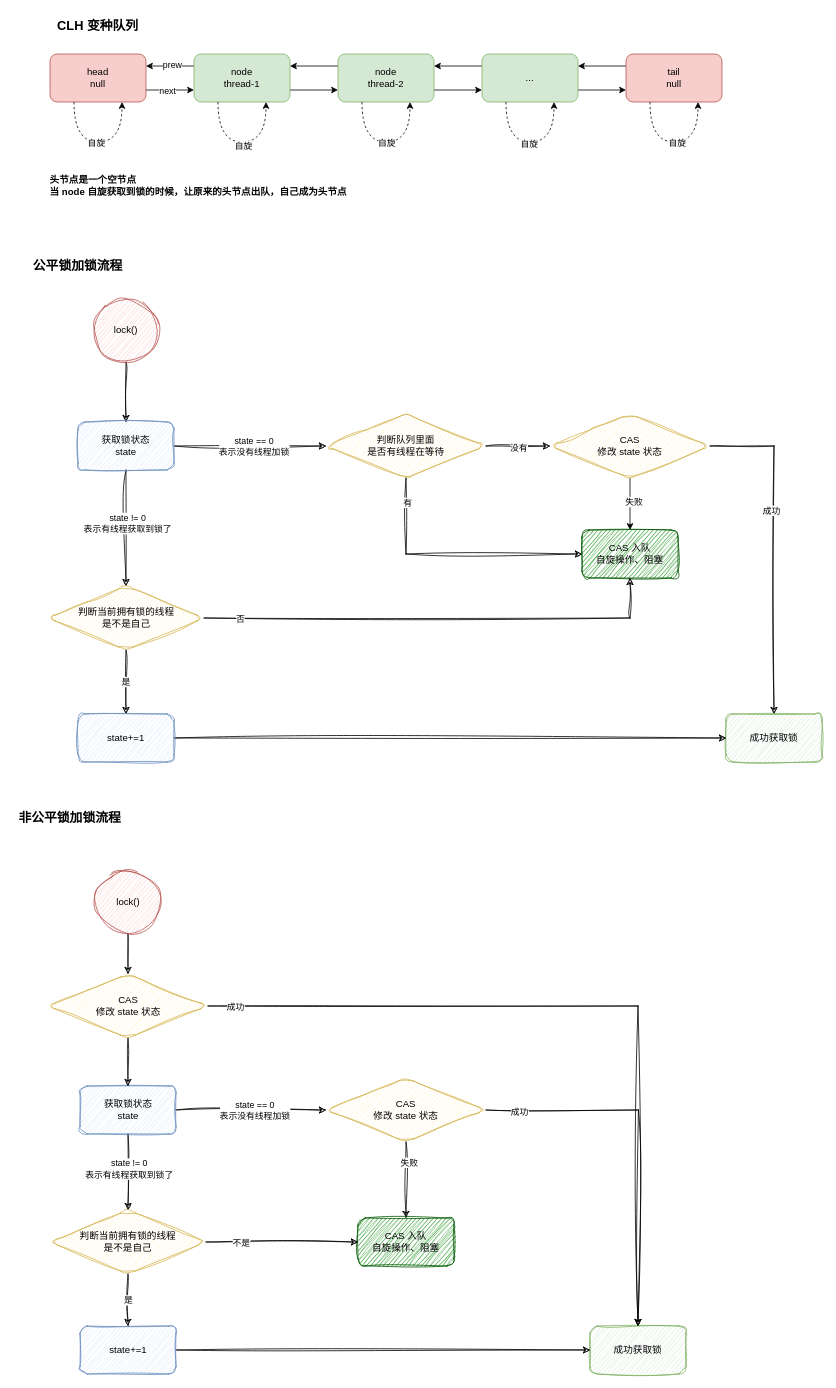
The draw.io diagram juc/公平/非公平锁.drawio in thebesteric/draw.io, before the edit. Source tidied: cells renumbered, new cells numbered last; positions are measured from the earlier drawing's top-left corner, leaving out a move shared by most shapes. Both pictures are drawn from the tidied source at 80%, with x=0, y=0 at pixel (14, 14).
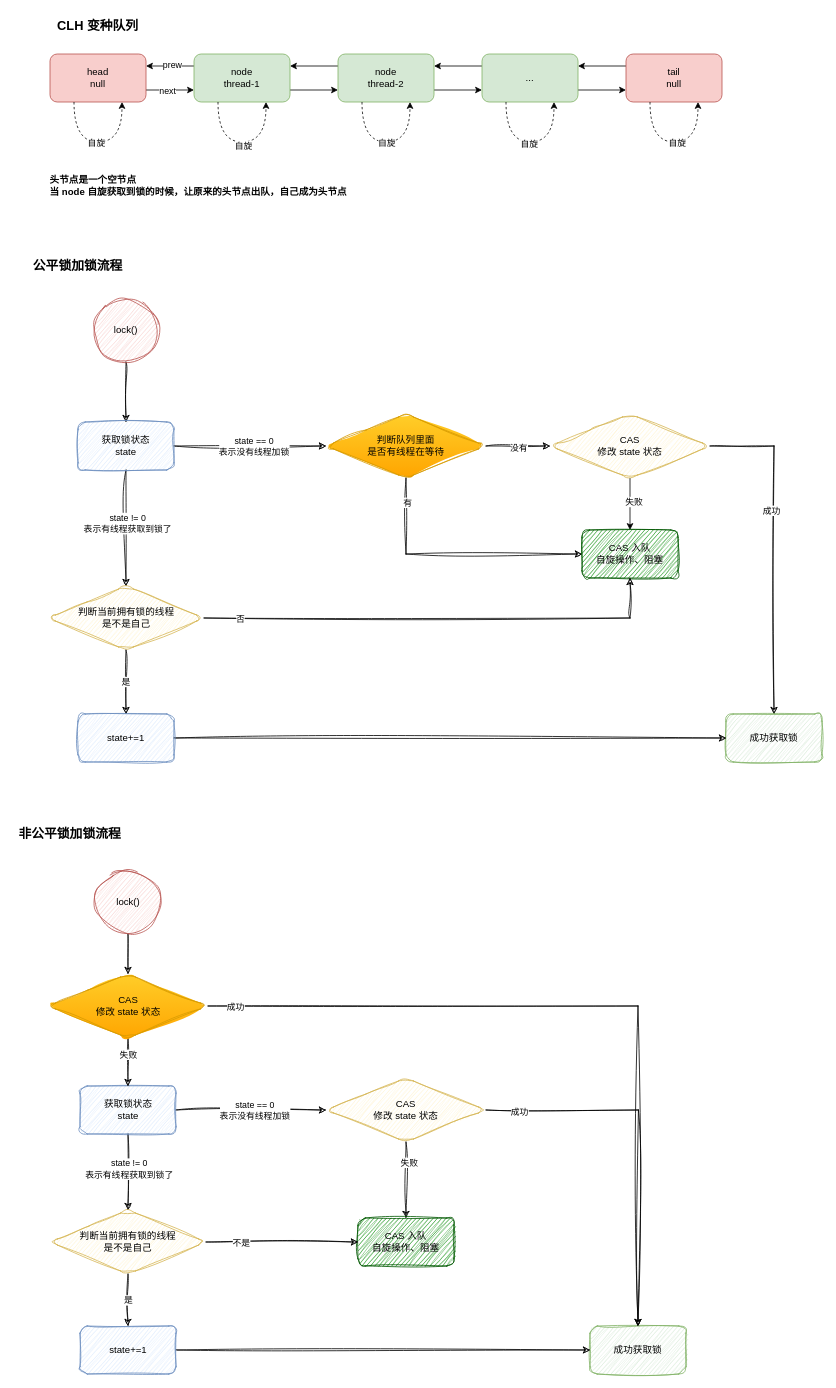
Above is the later version.

Commit message:
更新公平/非公平锁.drawio

The change refers to these unchanged cells:
```xml
<mxCell id="78" style="edgeStyle=orthogonalEdgeStyle;rounded=0;jettySize=auto;html=1;exitX=0.5;exitY=1;exitDx=0;exitDy=0;entryX=0.5;entryY=0;entryDx=0;entryDy=0;sketch=1;curveFitting=1;jiggle=2;" parent="1" edge="1" source="79" target="61">
  <mxGeometry relative="1" as="geometry" />
</mxCell>
```

What changed in the source:
```diff
@@
-    <mxCell id="13" value="判断队列里面&lt;br&gt;是否有线程在等待" style="rhombus;whiteSpace=wrap;html=1;rounded=1;sketch=1;curveFitting=1;jiggle=2;fillColor=#fff2cc;strokeColor=#d6b656;" parent="1" vertex="1">
+    <mxCell id="13" value="判断队列里面&lt;br&gt;是否有线程在等待" style="rhombus;whiteSpace=wrap;html=1;rounded=1;sketch=1;curveFitting=1;jiggle=2;fillColor=#ffcd28;strokeColor=#d79b00;gradientColor=#ffa500;" parent="1" vertex="1">
       <mxGeometry x="390" y="500" width="200" height="80" as="geometry" />
     </mxCell>
@@
     <mxCell id="55" value="非公平锁加锁流程" style="text;html=1;strokeColor=none;fillColor=none;align=center;verticalAlign=middle;whiteSpace=wrap;rounded=0;fontStyle=1;fontSize=16;" parent="1" vertex="1">
-      <mxGeometry y="990" width="140" height="30" as="geometry" />
+      <mxGeometry y="1010" width="140" height="30" as="geometry" />
     </mxCell>
@@
+    <mxCell id="80" value="失败" style="edgeLabel;html=1;align=center;verticalAlign=middle;" parent="78" vertex="1">
+      <mxGeometry x="-0.33" relative="1" as="geometry" />
+    </mxCell>
-    <mxCell id="79" value="CAS&lt;br&gt;修改 state 状态" style="rhombus;whiteSpace=wrap;html=1;rounded=1;sketch=1;curveFitting=1;jiggle=2;fillColor=#fff2cc;strokeColor=#d6b656;" parent="1" vertex="1">
+    <mxCell id="79" value="CAS&lt;br&gt;修改 state 状态" style="rhombus;whiteSpace=wrap;html=1;rounded=1;sketch=1;curveFitting=1;jiggle=2;fillColor=#ffcd28;strokeColor=#d79b00;gradientColor=#ffa500;" parent="1" vertex="1">
       <mxGeometry x="42.5" y="1200" width="200" height="80" as="geometry" />
     </mxCell>
```
